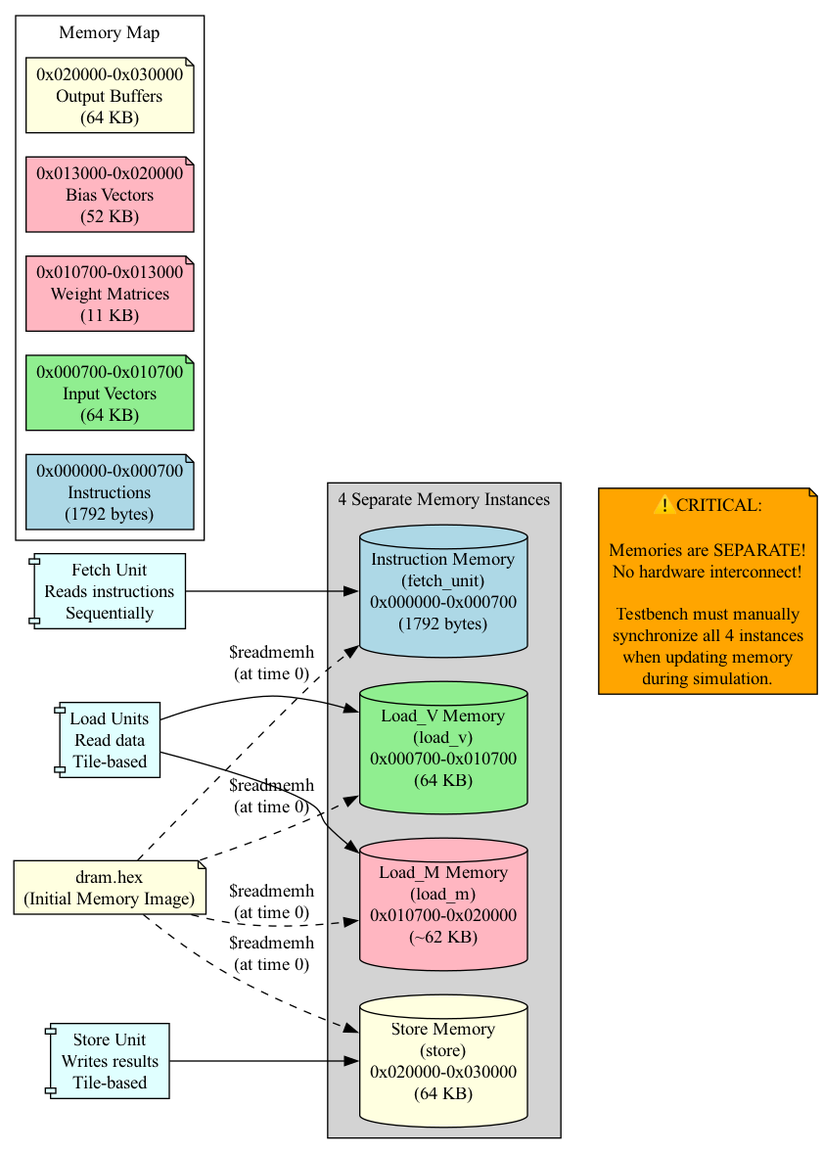
SayatAbdikul/tinyML_accelerator keeps this Graphviz diagram as docs/diagrams/memory_system.png. Above is the earlier version. Its source is kept beside it as docs/diagrams/memory_system.dot.
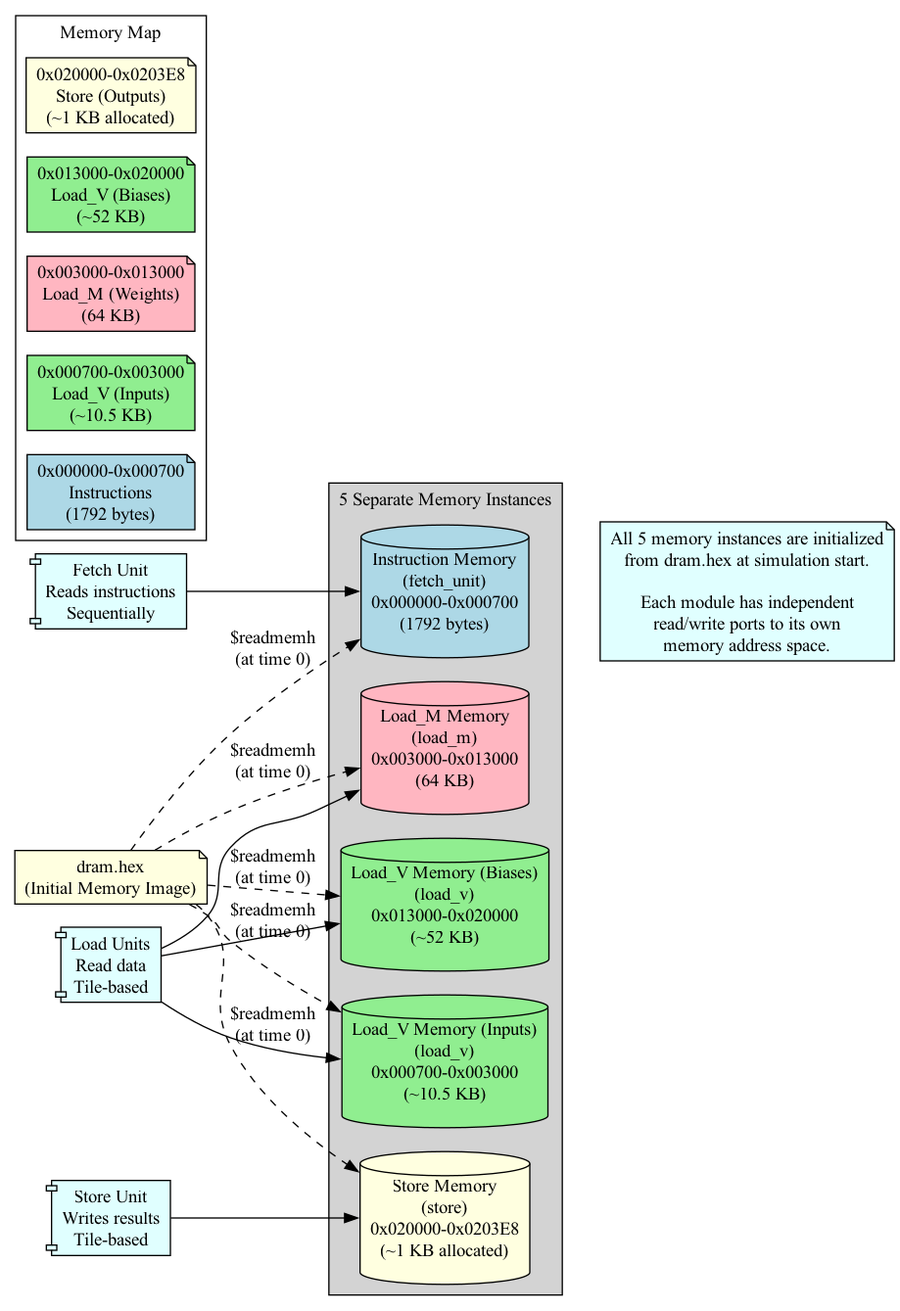
After the commit.

Commit message:
Update documentation for memory and buffer changes

Diff of the diagram source:
```diff
@@ -7,23 +7,26 @@
               shape=note, fillcolor=lightyellow];
 
     subgraph cluster_memories {
-        label="4 Separate Memory Instances";
+        label="5 Separate Memory Instances";
         style=filled;
         fillcolor=lightgray;
 
         mem1 [label="Instruction Memory\n(fetch_unit)\n0x000000-0x000700\n(1792 bytes)",
               shape=cylinder, fillcolor=lightblue];
-        mem2 [label="Load_V Memory\n(load_v)\n0x000700-0x010700\n(64 KB)",
-              shape=cylinder, fillcolor=lightgreen];
-        mem3 [label="Load_M Memory\n(load_m)\n0x010700-0x020000\n(~62 KB)",
+        mem2a [label="Load_V Memory (Inputs)\n(load_v)\n0x000700-0x003000\n(~10.5 KB)",
+               shape=cylinder, fillcolor=lightgreen];
+        mem3 [label="Load_M Memory\n(load_m)\n0x003000-0x013000\n(64 KB)",
               shape=cylinder, fillcolor=lightpink];
-        mem4 [label="Store Memory\n(store)\n0x020000-0x030000\n(64 KB)",
+        mem2b [label="Load_V Memory (Biases)\n(load_v)\n0x013000-0x020000\n(~52 KB)",
+               shape=cylinder, fillcolor=lightgreen];
+        mem4 [label="Store Memory\n(store)\n0x020000-0x0203E8\n(~1 KB allocated)",
               shape=cylinder, fillcolor=lightyellow];
     }
 
     dram_hex -> mem1 [label="$readmemh\n(at time 0)", style=dashed];
-    dram_hex -> mem2 [label="$readmemh\n(at time 0)", style=dashed];
+    dram_hex -> mem2a [label="$readmemh\n(at time 0)", style=dashed];
     dram_hex -> mem3 [label="$readmemh\n(at time 0)", style=dashed];
+    dram_hex -> mem2b [label="$readmemh\n(at time 0)", style=dashed];
     dram_hex -> mem4 [label="$readmemh\n(at time 0)", style=dashed];
 
     subgraph cluster_map {
@@ -34,14 +37,14 @@
 
         region1 [label="0x000000-0x000700\nInstructions\n(1792 bytes)",
                  shape=note, fillcolor=lightblue];
-        region2 [label="0x000700-0x010700\nInput Vectors\n(64 KB)",
-                 shape=note, fillcolor=lightgreen];
-        region3 [label="0x010700-0x013000\nWeight Matrices\n(11 KB)",
-                 shape=note, fillcolor=lightpink];
-        region4 [label="0x013000-0x020000\nBias Vectors\n(52 KB)",
-                 shape=note, fillcolor=lightpink];
-        region5 [label="0x020000-0x030000\nOutput Buffers\n(64 KB)",
-                 shape=note, fillcolor=lightyellow];
+      region2 [label="0x000700-0x003000\nLoad_V (Inputs)\n(~10.5 KB)",
+             shape=note, fillcolor=lightgreen];
+      region3 [label="0x003000-0x013000\nLoad_M (Weights)\n(64 KB)",
+             shape=note, fillcolor=lightpink];
+      region4 [label="0x013000-0x020000\nLoad_V (Biases)\n(~52 KB)",
+             shape=note, fillcolor=lightgreen];
+      region5 [label="0x020000-0x0203E8\nStore (Outputs)\n(~1 KB allocated)",
+             shape=note, fillcolor=lightyellow];
     }
 
     fetch_access [label="Fetch Unit\nReads instructions\nSequentially",
@@ -52,12 +55,13 @@
                   shape=component, fillcolor=lightcyan];
 
     fetch_access -> mem1;
-    load_access -> mem2;
+    load_access -> mem2a;
     load_access -> mem3;
+    load_access -> mem2b;
     store_access -> mem4;
 
-    sync_note [label="⚠️ CRITICAL:\n\nMemories are SEPARATE!\nNo hardware interconnect!\n\nTestbench must manually\nsynchronize all 4 instances\nwhen updating memory\nduring simulation.",
-               shape=note, fillcolor=orange];
+    sync_note [label="All 5 memory instances are initialized\nfrom dram.hex at simulation start.\n\nEach module has independent\nread/write ports to its own\nmemory address space.",
+               shape=note, fillcolor=lightcyan];
 
     mem1 -> sync_note [style=invis];
 }
```
